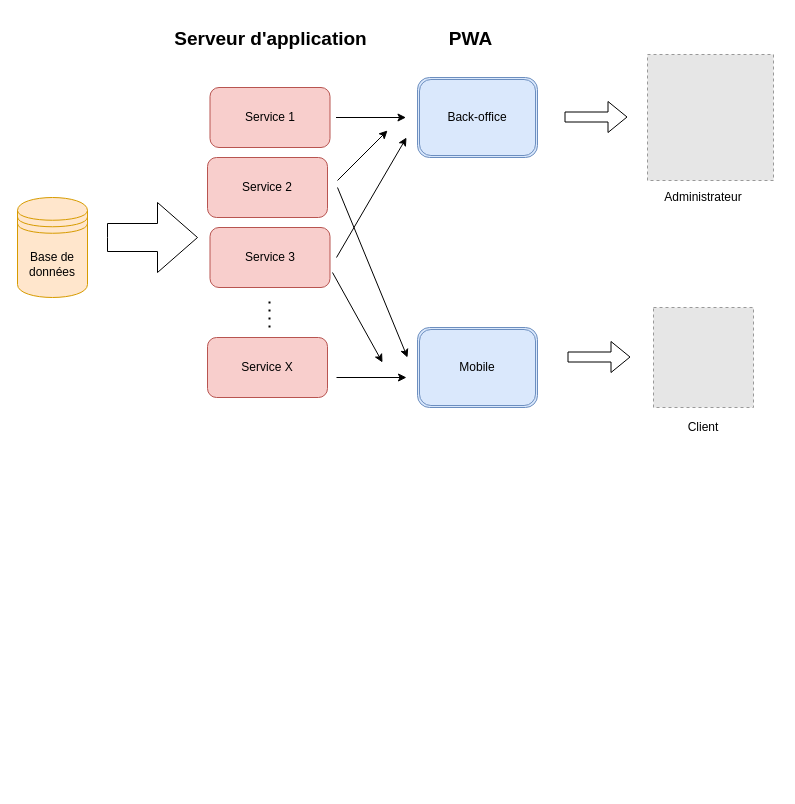
Before: image/Architecture-globale.drawio in vetsonombana/diagram, a draw.io diagram. Source tidied: cells renumbered, new cells numbered last; positions are measured from the earlier drawing's top-left corner, leaving out a move shared by most shapes. Both pictures are drawn from the tidied source at 100%, with x=0, y=0 at pixel (17, 17). Pictures stored in the file or linked from it are replaced by grey dashed boxes.
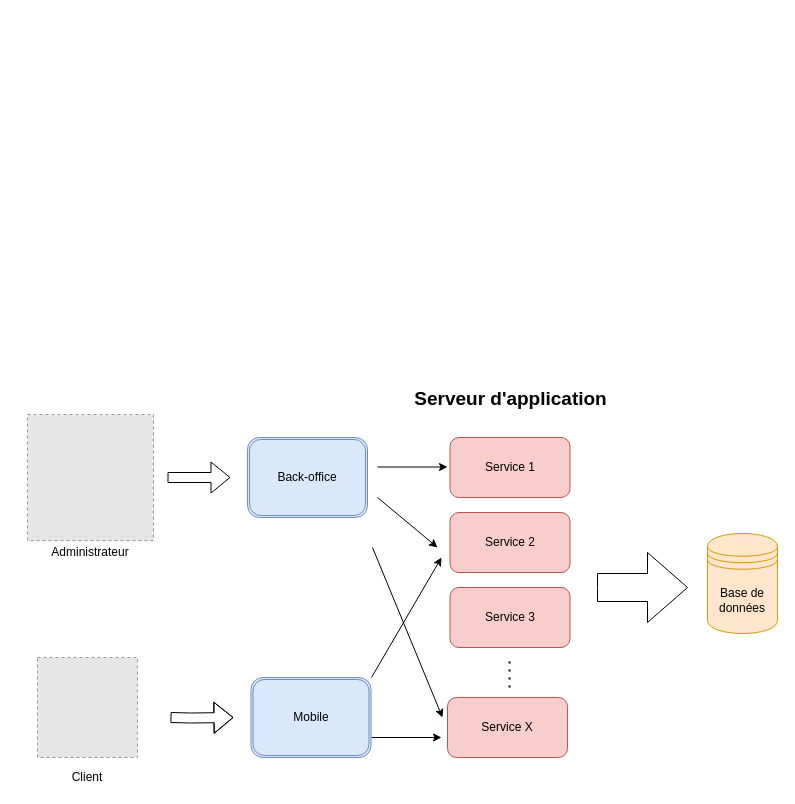
Above is the later version.

What changed in the source:
```diff
@@
-    <mxCell id="2" value="Base de données" style="shape=datastore;whiteSpace=wrap;html=1;fillColor=#ffe6cc;strokeColor=#d79b00;" parent="1" vertex="1">
-      <mxGeometry y="180" width="70" height="100" as="geometry" />
-    </mxCell>
+    <mxCell id="19" style="endArrow=classic;html=1;" parent="1" edge="1">
+      <mxGeometry relative="1" as="geometry">
+        <mxPoint x="354" y="660" as="sourcePoint" />
+        <mxPoint x="424" y="540" as="targetPoint" />
+      </mxGeometry>
+    </mxCell>
+    <mxCell id="20" style="endArrow=classic;html=1;" parent="1" edge="1">
+      <mxGeometry relative="1" as="geometry">
+        <mxPoint x="360" y="449.5" as="sourcePoint" />
+        <mxPoint x="430" y="449.5" as="targetPoint" />
+      </mxGeometry>
+    </mxCell>
+    <mxCell id="21" style="endArrow=classic;html=1;" parent="1" edge="1">
+      <mxGeometry relative="1" as="geometry">
+        <mxPoint x="354" y="720" as="sourcePoint" />
+        <mxPoint x="424" y="720" as="targetPoint" />
+      </mxGeometry>
+    </mxCell>
+    <mxCell id="22" style="endArrow=classic;html=1;" parent="1" edge="1">
+      <mxGeometry relative="1" as="geometry">
+        <mxPoint x="355" y="530" as="sourcePoint" />
+        <mxPoint x="425" y="700" as="targetPoint" />
+      </mxGeometry>
+    </mxCell>
+    <mxCell id="24" style="endArrow=classic;html=1;" parent="1" edge="1">
+      <mxGeometry relative="1" as="geometry">
+        <mxPoint x="360" y="480" as="sourcePoint" />
+        <mxPoint x="420" y="530" as="targetPoint" />
+      </mxGeometry>
+    </mxCell>
+    <mxCell id="25" style="fillColor=#E6E6E6;strokeColor=#999999;dashed=1;verticalLabelPosition=bottom;labelBackgroundColor=#ffffff;verticalAlign=top;" parent="1" vertex="1">
+      <mxGeometry x="20" y="640" width="100" height="100" as="geometry" />
+    </mxCell>
+    <mxCell id="26" style="fillColor=#E6E6E6;strokeColor=#999999;dashed=1;verticalLabelPosition=bottom;labelBackgroundColor=#ffffff;verticalAlign=top;" parent="1" vertex="1">
+      <mxGeometry x="10" y="397" width="126" height="126" as="geometry" />
+    </mxCell>
+    <mxCell id="12" value="Administrateur&lt;br&gt;" style="text;html=1;strokeColor=none;fillColor=none;align=center;verticalAlign=middle;whiteSpace=wrap;rounded=0;" parent="1" vertex="1">
+      <mxGeometry x="53" y="525" width="40" height="20" as="geometry" />
+    </mxCell>
+    <mxCell id="13" value="Client&lt;br&gt;" style="text;html=1;strokeColor=none;fillColor=none;align=center;verticalAlign=middle;whiteSpace=wrap;rounded=0;" parent="1" vertex="1">
+      <mxGeometry x="50" y="750" width="40" height="20" as="geometry" />
+    </mxCell>
+    <mxCell id="27" style="shape=flexArrow;endArrow=classic;html=1;" parent="1" edge="1">
+      <mxGeometry relative="1" as="geometry">
+        <mxPoint x="150" y="460" as="sourcePoint" />
+        <mxPoint x="213" y="460" as="targetPoint" />
+      </mxGeometry>
+    </mxCell>
+    <mxCell id="28" style="shape=flexArrow;endArrow=classic;html=1;" parent="1" edge="1">
+      <mxGeometry relative="1" as="geometry">
+        <mxPoint x="153" y="700" as="sourcePoint" />
+        <mxPoint x="216" y="700" as="targetPoint" />
+        <Array as="points">
+          <mxPoint x="173" y="700.5" />
+        </Array>
+      </mxGeometry>
+    </mxCell>
+    <mxCell id="16" value="Back-office" style="shape=ext;double=1;rounded=1;whiteSpace=wrap;html=1;fillColor=#dae8fc;strokeColor=#6c8ebf;" parent="1" vertex="1">
+      <mxGeometry x="230" y="420" width="120" height="80" as="geometry" />
+    </mxCell>
+    <mxCell id="17" value="Mobile" style="shape=ext;double=1;rounded=1;whiteSpace=wrap;html=1;fillColor=#dae8fc;strokeColor=#6c8ebf;" parent="1" vertex="1">
+      <mxGeometry x="233.5" y="660" width="120" height="80" as="geometry" />
+    </mxCell>
     <mxCell id="3" value="Service 1" style="rounded=1;whiteSpace=wrap;html=1;fillColor=#f8cecc;strokeColor=#b85450;" parent="1" vertex="1">
-      <mxGeometry x="192.5" y="70" width="120" height="60" as="geometry" />
+      <mxGeometry x="432.5" y="420" width="120" height="60" as="geometry" />
     </mxCell>
     <mxCell id="4" value="&lt;span&gt;Service 3&lt;/span&gt;" style="rounded=1;whiteSpace=wrap;html=1;fillColor=#f8cecc;strokeColor=#b85450;" parent="1" vertex="1">
-      <mxGeometry x="192.5" y="210" width="120" height="60" as="geometry" />
+      <mxGeometry x="432.5" y="570" width="120" height="60" as="geometry" />
     </mxCell>
     <mxCell id="5" value="&lt;span&gt;Service 2&lt;/span&gt;" style="rounded=1;whiteSpace=wrap;html=1;fillColor=#f8cecc;strokeColor=#b85450;" parent="1" vertex="1">
-      <mxGeometry x="190" y="140" width="120" height="60" as="geometry" />
+      <mxGeometry x="432.5" y="495" width="120" height="60" as="geometry" />
     </mxCell>
     <mxCell id="6" value="&lt;span&gt;Service X&lt;/span&gt;" style="rounded=1;whiteSpace=wrap;html=1;fillColor=#f8cecc;strokeColor=#b85450;" parent="1" vertex="1">
-      <mxGeometry x="190" y="320" width="120" height="60" as="geometry" />
+      <mxGeometry x="430" y="680" width="120" height="60" as="geometry" />
     </mxCell>
-    <mxCell id="7" style="endArrow=none;dashed=1;html=1;dashPattern=1 3;strokeWidth=2;" parent="1" edge="1">
-      <mxGeometry relative="1" as="geometry">
-        <mxPoint x="252" y="310" as="sourcePoint" />
-        <mxPoint x="252" y="280" as="targetPoint" />
-      </mxGeometry>
-    </mxCell>
+    <mxCell id="29" style="endArrow=none;dashed=1;html=1;dashPattern=1 3;strokeWidth=2;" parent="1" edge="1">
+      <mxGeometry relative="1" as="geometry">
+        <mxPoint x="492" y="670" as="sourcePoint" />
+        <mxPoint x="492" y="640" as="targetPoint" />
+      </mxGeometry>
+    </mxCell>
     <mxCell id="8" value="&lt;font style=&quot;font-size: 19px&quot;&gt;Serveur d'application&lt;/font&gt;" style="text;strokeColor=none;fillColor=none;html=1;fontSize=24;fontStyle=1;verticalAlign=middle;align=center;" parent="1" vertex="1">
-      <mxGeometry x="190" width="125" height="40" as="geometry" />
+      <mxGeometry x="430" y="360" width="125" height="40" as="geometry" />
     </mxCell>
-    <mxCell id="9" style="html=1;shadow=0;dashed=0;align=center;verticalAlign=middle;shape=mxgraph.arrows2.arrow;dy=0.6;dx=40;notch=0;" parent="1" vertex="1">
-      <mxGeometry x="90" y="185" width="90" height="70" as="geometry" />
-    </mxCell>
-    <mxCell id="10" style="fillColor=#E6E6E6;strokeColor=#999999;dashed=1;verticalLabelPosition=bottom;labelBackgroundColor=#ffffff;verticalAlign=top;" parent="1" vertex="1">
-      <mxGeometry x="636" y="290" width="100" height="100" as="geometry" />
-    </mxCell>
-    <mxCell id="11" style="fillColor=#E6E6E6;strokeColor=#999999;dashed=1;verticalLabelPosition=bottom;labelBackgroundColor=#ffffff;verticalAlign=top;" parent="1" vertex="1">
-      <mxGeometry x="630" y="37" width="126" height="126" as="geometry" />
-    </mxCell>
-    <mxCell id="12" value="Administrateur&lt;br&gt;" style="text;html=1;strokeColor=none;fillColor=none;align=center;verticalAlign=middle;whiteSpace=wrap;rounded=0;" parent="1" vertex="1">
-      <mxGeometry x="666" y="170" width="40" height="20" as="geometry" />
-    </mxCell>
-    <mxCell id="13" value="Client&lt;br&gt;" style="text;html=1;strokeColor=none;fillColor=none;align=center;verticalAlign=middle;whiteSpace=wrap;rounded=0;" parent="1" vertex="1">
-      <mxGeometry x="666" y="400" width="40" height="20" as="geometry" />
-    </mxCell>
-    <mxCell id="14" style="shape=flexArrow;endArrow=classic;html=1;" parent="1" edge="1">
-      <mxGeometry relative="1" as="geometry">
-        <mxPoint x="547" y="99.5" as="sourcePoint" />
-        <mxPoint x="610" y="99.5" as="targetPoint" />
-      </mxGeometry>
-    </mxCell>
-    <mxCell id="15" style="shape=flexArrow;endArrow=classic;html=1;" parent="1" edge="1">
-      <mxGeometry relative="1" as="geometry">
-        <mxPoint x="550" y="339.5" as="sourcePoint" />
-        <mxPoint x="613" y="339.5" as="targetPoint" />
-      </mxGeometry>
-    </mxCell>
-    <mxCell id="16" value="Back-office" style="shape=ext;double=1;rounded=1;whiteSpace=wrap;html=1;fillColor=#dae8fc;strokeColor=#6c8ebf;" parent="1" vertex="1">
-      <mxGeometry x="400" y="60" width="120" height="80" as="geometry" />
-    </mxCell>
-    <mxCell id="17" value="Mobile" style="shape=ext;double=1;rounded=1;whiteSpace=wrap;html=1;fillColor=#dae8fc;strokeColor=#6c8ebf;" parent="1" vertex="1">
-      <mxGeometry x="400" y="310" width="120" height="80" as="geometry" />
-    </mxCell>
-    <mxCell id="18" value="&lt;font style=&quot;font-size: 19px&quot;&gt;PWA&lt;/font&gt;" style="text;strokeColor=none;fillColor=none;html=1;fontSize=24;fontStyle=1;verticalAlign=middle;align=center;" parent="1" vertex="1">
-      <mxGeometry x="390" width="125" height="40" as="geometry" />
-    </mxCell>
-    <mxCell id="19" style="endArrow=classic;html=1;" parent="1" edge="1">
-      <mxGeometry relative="1" as="geometry">
-        <mxPoint x="319" y="240" as="sourcePoint" />
-        <mxPoint x="389" y="120" as="targetPoint" />
-      </mxGeometry>
-    </mxCell>
-    <mxCell id="20" style="endArrow=classic;html=1;" parent="1" edge="1">
-      <mxGeometry relative="1" as="geometry">
-        <mxPoint x="318.5" y="100" as="sourcePoint" />
-        <mxPoint x="388.5" y="100" as="targetPoint" />
-      </mxGeometry>
-    </mxCell>
-    <mxCell id="21" style="endArrow=classic;html=1;" parent="1" edge="1">
-      <mxGeometry relative="1" as="geometry">
-        <mxPoint x="319" y="360" as="sourcePoint" />
-        <mxPoint x="389" y="360" as="targetPoint" />
-      </mxGeometry>
-    </mxCell>
-    <mxCell id="22" style="endArrow=classic;html=1;" parent="1" edge="1">
-      <mxGeometry relative="1" as="geometry">
-        <mxPoint x="320" y="170" as="sourcePoint" />
-        <mxPoint x="390" y="340" as="targetPoint" />
-      </mxGeometry>
-    </mxCell>
-    <mxCell id="23" style="endArrow=classic;html=1;" parent="1" edge="1">
-      <mxGeometry relative="1" as="geometry">
-        <mxPoint x="315" y="255" as="sourcePoint" />
-        <mxPoint x="365" y="345" as="targetPoint" />
-      </mxGeometry>
-    </mxCell>
-    <mxCell id="24" style="endArrow=classic;html=1;" parent="1" edge="1">
-      <mxGeometry relative="1" as="geometry">
-        <mxPoint x="320" y="163" as="sourcePoint" />
-        <mxPoint x="370" y="113" as="targetPoint" />
-      </mxGeometry>
-    </mxCell>
+    <mxCell id="30" style="html=1;shadow=0;dashed=0;align=center;verticalAlign=middle;shape=mxgraph.arrows2.arrow;dy=0.6;dx=40;notch=0;" parent="1" vertex="1">
+      <mxGeometry x="580" y="535" width="90" height="70" as="geometry" />
+    </mxCell>
+    <mxCell id="2" value="Base de données" style="shape=datastore;whiteSpace=wrap;html=1;fillColor=#ffe6cc;strokeColor=#d79b00;" parent="1" vertex="1">
+      <mxGeometry x="690" y="516" width="70" height="100" as="geometry" />
+    </mxCell>
```
